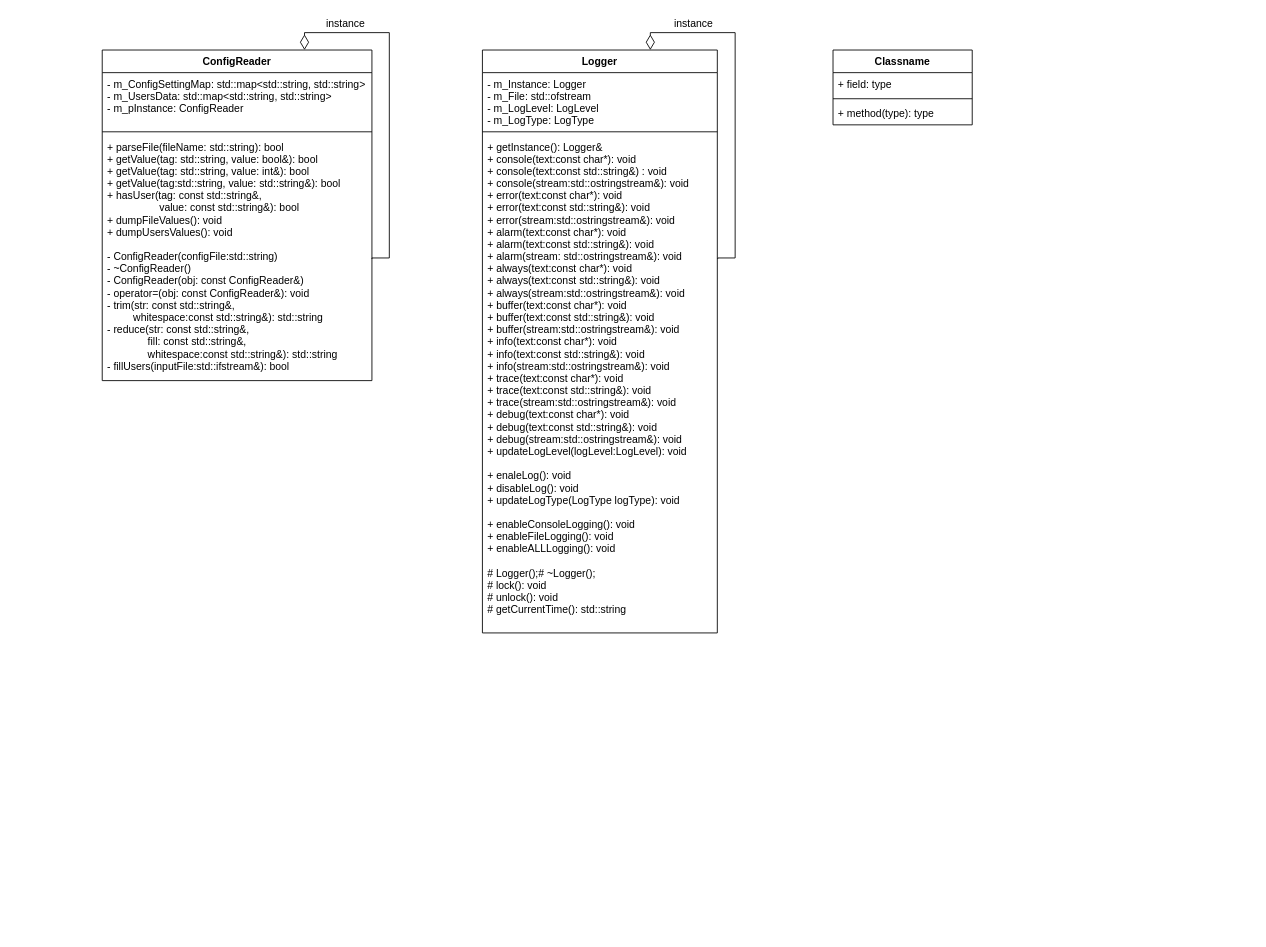
Earlier version of the draw.io diagram page "cfg and logger" (2 of 2) of uml.drawio (RektDerp/socks5-proxy-SUM-2022-copy). Source tidied: cells renumbered, new cells numbered last; positions are measured from the earlier drawing's top-left corner, leaving out a move shared by most shapes. Both pictures are drawn from the tidied source at 87%, with x=0, y=0 at pixel (102, 15).
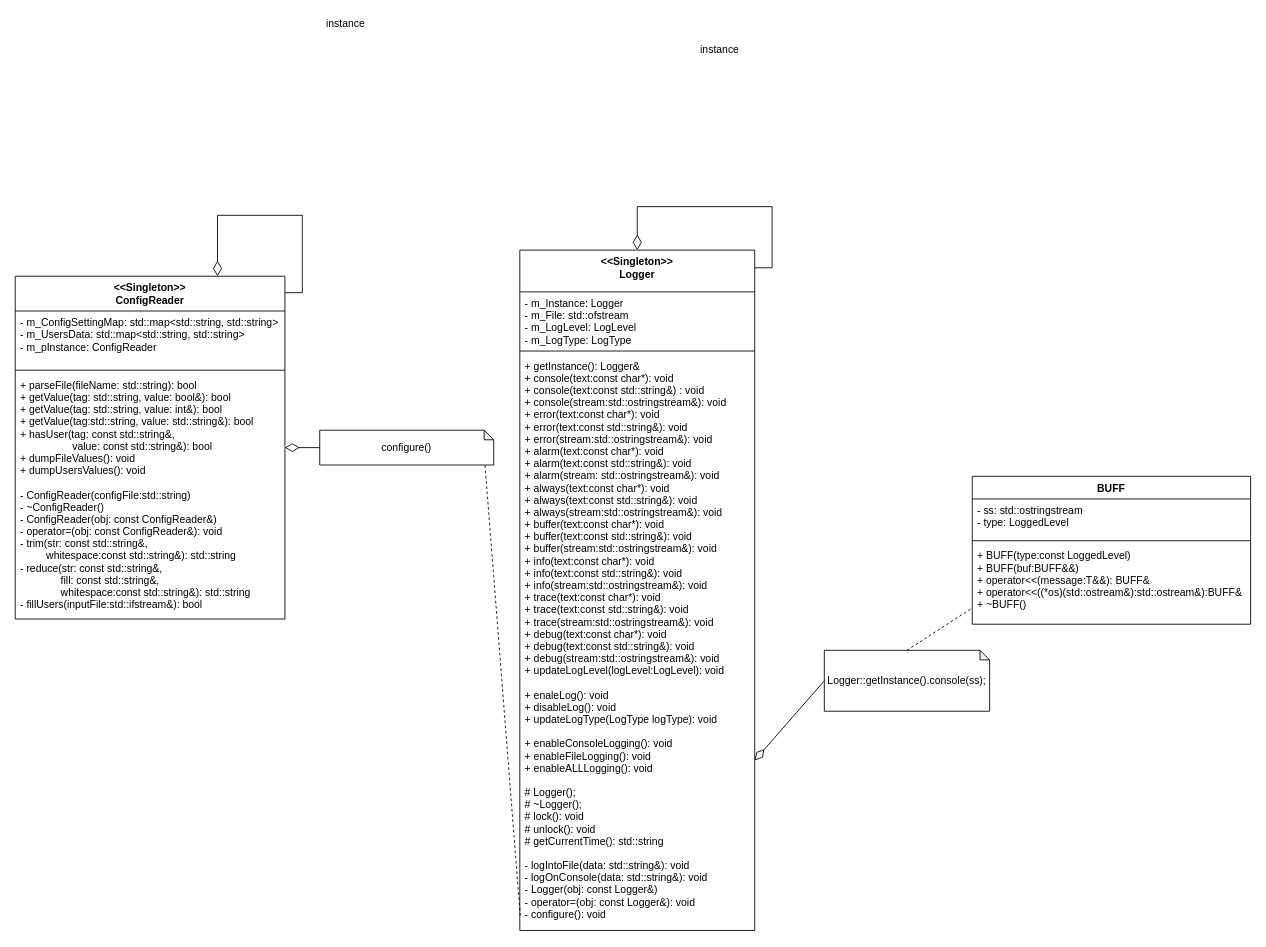
After the change.

Diff of the diagram source:
```diff
@@
-    <mxCell id="2" value="ConfigReader" style="swimlane;fontStyle=1;align=center;verticalAlign=top;horizontal=1;startSize=26;" parent="1" vertex="1">
-      <mxGeometry y="40" width="310" height="380" as="geometry" />
+    <mxCell id="2" value="&lt;&lt;Singleton&gt;&gt;&#10;ConfigReader" style="swimlane;fontStyle=1;align=center;verticalAlign=top;horizontal=1;startSize=40;" parent="1" vertex="1">
+      <mxGeometry x="-100" y="300" width="310" height="394" as="geometry" />
     </mxCell>
     <mxCell id="3" value="- m_ConfigSettingMap: std::map&lt;std::string, std::string&gt;&#10;- m_UsersData: std::map&lt;std::string, std::string&gt;&#10;- m_pInstance: ConfigReader" style="text;strokeColor=none;fillColor=none;align=left;verticalAlign=top;spacingLeft=4;spacingRight=4;overflow=hidden;" parent="2" vertex="1">
-      <mxGeometry y="26" width="310" height="64" as="geometry" />
+      <mxGeometry y="40" width="310" height="64" as="geometry" />
     </mxCell>
     <mxCell id="4" style="line;strokeWidth=1;fillColor=none;align=left;verticalAlign=middle;spacingTop=-1;spacingLeft=3;spacingRight=3;labelPosition=right;" parent="2" vertex="1">
-      <mxGeometry y="90" width="310" height="8" as="geometry" />
+      <mxGeometry y="104" width="310" height="8" as="geometry" />
     </mxCell>
-    <mxCell id="5" style="edgeStyle=orthogonalEdgeStyle;rounded=0;jettySize=auto;html=1;entryX=0.75;entryY=0;entryDx=0;entryDy=0;endArrow=diamondThin;endFill=0;endSize=15;" parent="2" edge="1" target="2">
-      <mxGeometry relative="1" as="geometry">
-        <mxPoint x="310" y="240" as="sourcePoint" />
-        <Array as="points">
-          <mxPoint x="330" y="239" />
-          <mxPoint x="330" y="-20" />
-          <mxPoint x="233" y="-20" />
-        </Array>
-      </mxGeometry>
-    </mxCell>
     <mxCell id="6" value="+ parseFile(fileName: std::string): bool&#10;+ getValue(tag: std::string, value: bool&amp;): bool&#10;+ getValue(tag: std::string, value: int&amp;): bool&#10;+ getValue(tag:std::string, value: std::string&amp;): bool&#10;+ hasUser(tag: const std::string&amp;,&#10;                  value: const std::string&amp;): bool&#10;+ dumpFileValues(): void&#10;+ dumpUsersValues(): void&#10;&#10;- ConfigReader(configFile:std::string)&#10;- ~ConfigReader()&#10;- ConfigReader(obj: const ConfigReader&amp;)&#10;- operator=(obj: const ConfigReader&amp;): void&#10;- trim(str: const std::string&amp;,&#10;         whitespace:const std::string&amp;): std::string&#10;- reduce(str: const std::string&amp;,&#10;              fill: const std::string&amp;,&#10;              whitespace:const std::string&amp;): std::string &#10;- fillUsers(inputFile:std::ifstream&amp;): bool" style="text;strokeColor=none;fillColor=none;align=left;verticalAlign=top;spacingLeft=4;spacingRight=4;overflow=hidden;" parent="2" vertex="1">
-      <mxGeometry y="98" width="310" height="282" as="geometry" />
+      <mxGeometry y="112" width="310" height="282" as="geometry" />
     </mxCell>
-    <mxCell id="7" value="Logger" style="swimlane;fontStyle=1;align=center;verticalAlign=top;horizontal=1;startSize=26;" parent="1" vertex="1">
-      <mxGeometry x="437" y="40" width="270" height="670" as="geometry" />
+    <mxCell id="7" value="&lt;&lt;Singleton&gt;&gt;&#10;Logger" style="swimlane;fontStyle=1;align=center;verticalAlign=top;horizontal=1;startSize=48;" parent="1" vertex="1">
+      <mxGeometry x="480" y="270" width="270" height="782" as="geometry" />
     </mxCell>
     <mxCell id="8" value="- m_Instance: Logger&#10;- m_File: std::ofstream&#10;- m_LogLevel: LogLevel &#10;- m_LogType: LogType&#10;" style="text;strokeColor=none;fillColor=none;align=left;verticalAlign=top;spacingLeft=4;spacingRight=4;overflow=hidden;" parent="7" vertex="1">
-      <mxGeometry y="26" width="270" height="64" as="geometry" />
+      <mxGeometry y="48" width="270" height="64" as="geometry" />
     </mxCell>
     <mxCell id="9" style="line;strokeWidth=1;fillColor=none;align=left;verticalAlign=middle;spacingTop=-1;spacingLeft=3;spacingRight=3;labelPosition=right;" parent="7" vertex="1">
-      <mxGeometry y="90" width="270" height="8" as="geometry" />
+      <mxGeometry y="112" width="270" height="8" as="geometry" />
     </mxCell>
-    <mxCell id="10" value="+ getInstance(): Logger&amp;&#10;+ console(text:const char*): void&#10;+ console(text:const std::string&amp;) : void&#10;+ console(stream:std::ostringstream&amp;): void&#10;+ error(text:const char*): void&#10;+ error(text:const std::string&amp;): void&#10;+ error(stream:std::ostringstream&amp;): void&#10;+ alarm(text:const char*): void&#10;+ alarm(text:const std::string&amp;): void&#10;+ alarm(stream: std::ostringstream&amp;): void&#10;+ always(text:const char*): void&#10;+ always(text:const std::string&amp;): void&#10;+ always(stream:std::ostringstream&amp;): void&#10;+ buffer(text:const char*): void&#10;+ buffer(text:const std::string&amp;): void&#10;+ buffer(stream:std::ostringstream&amp;): void&#10;+ info(text:const char*): void&#10;+ info(text:const std::string&amp;): void&#10;+ info(stream:std::ostringstream&amp;): void&#10;+ trace(text:const char*): void&#10;+ trace(text:const std::string&amp;): void&#10;+ trace(stream:std::ostringstream&amp;): void&#10;+ debug(text:const char*): void&#10;+ debug(text:const std::string&amp;): void&#10;+ debug(stream:std::ostringstream&amp;): void&#10;+ updateLogLevel(logLevel:LogLevel): void&#10;&#10;+ enaleLog(): void&#10;+ disableLog(): void&#10;+ updateLogType(LogType logType): void&#10;&#10;+ enableConsoleLogging(): void&#10;+ enableFileLogging(): void&#10;+ enableALLLogging(): void&#10;&#10;# Logger();# ~Logger();&#10;# lock(): void&#10;# unlock(): void&#10;# getCurrentTime(): std::string" style="text;strokeColor=none;fillColor=none;align=left;verticalAlign=top;spacingLeft=4;spacingRight=4;overflow=hidden;points=[[0,0.5],[1,0.5]];portConstraint=eastwest;" parent="7" vertex="1">
-      <mxGeometry y="98" width="270" height="572" as="geometry" />
+    <mxCell id="10" value="+ getInstance(): Logger&amp;&#10;+ console(text:const char*): void&#10;+ console(text:const std::string&amp;) : void&#10;+ console(stream:std::ostringstream&amp;): void&#10;+ error(text:const char*): void&#10;+ error(text:const std::string&amp;): void&#10;+ error(stream:std::ostringstream&amp;): void&#10;+ alarm(text:const char*): void&#10;+ alarm(text:const std::string&amp;): void&#10;+ alarm(stream: std::ostringstream&amp;): void&#10;+ always(text:const char*): void&#10;+ always(text:const std::string&amp;): void&#10;+ always(stream:std::ostringstream&amp;): void&#10;+ buffer(text:const char*): void&#10;+ buffer(text:const std::string&amp;): void&#10;+ buffer(stream:std::ostringstream&amp;): void&#10;+ info(text:const char*): void&#10;+ info(text:const std::string&amp;): void&#10;+ info(stream:std::ostringstream&amp;): void&#10;+ trace(text:const char*): void&#10;+ trace(text:const std::string&amp;): void&#10;+ trace(stream:std::ostringstream&amp;): void&#10;+ debug(text:const char*): void&#10;+ debug(text:const std::string&amp;): void&#10;+ debug(stream:std::ostringstream&amp;): void&#10;+ updateLogLevel(logLevel:LogLevel): void&#10;&#10;+ enaleLog(): void&#10;+ disableLog(): void&#10;+ updateLogType(LogType logType): void&#10;&#10;+ enableConsoleLogging(): void&#10;+ enableFileLogging(): void&#10;+ enableALLLogging(): void&#10;&#10;# Logger();&#10;# ~Logger();&#10;# lock(): void&#10;# unlock(): void&#10;# getCurrentTime(): std::string&#10;&#10;- logIntoFile(data: std::string&amp;): void&#10;- logOnConsole(data: std::string&amp;): void&#10;- Logger(obj: const Logger&amp;)&#10;- operator=(obj: const Logger&amp;): void&#10;- configure(): void" style="text;strokeColor=none;fillColor=none;align=left;verticalAlign=top;spacingLeft=4;spacingRight=4;overflow=hidden;points=[[0,0.5],[1,0.5]];portConstraint=eastwest;" parent="7" vertex="1">
+      <mxGeometry y="120" width="270" height="662" as="geometry" />
     </mxCell>
-    <mxCell id="11" value="Classname" style="swimlane;fontStyle=1;align=center;verticalAlign=top;horizontal=1;startSize=26;" parent="1" vertex="1">
-      <mxGeometry x="840" y="40" width="160" height="86" as="geometry" />
+    <mxCell id="11" value="BUFF" style="swimlane;fontStyle=1;align=center;verticalAlign=top;horizontal=1;startSize=26;" parent="1" vertex="1">
+      <mxGeometry x="1000" y="530" width="320" height="170" as="geometry" />
     </mxCell>
-    <mxCell id="12" value="+ field: type" style="text;strokeColor=none;fillColor=none;align=left;verticalAlign=top;spacingLeft=4;spacingRight=4;overflow=hidden;" parent="11" vertex="1">
-      <mxGeometry y="26" width="160" height="26" as="geometry" />
+    <mxCell id="12" value="- ss: std::ostringstream&#10;- type: LoggedLevel" style="text;strokeColor=none;fillColor=none;align=left;verticalAlign=top;spacingLeft=4;spacingRight=4;overflow=hidden;" parent="11" vertex="1">
+      <mxGeometry y="26" width="320" height="44" as="geometry" />
     </mxCell>
     <mxCell id="13" style="line;strokeWidth=1;fillColor=none;align=left;verticalAlign=middle;spacingTop=-1;spacingLeft=3;spacingRight=3;labelPosition=right;" parent="11" vertex="1">
-      <mxGeometry y="52" width="160" height="8" as="geometry" />
+      <mxGeometry y="70" width="320" height="8" as="geometry" />
     </mxCell>
-    <mxCell id="14" value="+ method(type): type" style="text;strokeColor=none;fillColor=none;align=left;verticalAlign=top;spacingLeft=4;spacingRight=4;overflow=hidden;points=[[0,0.5],[1,0.5]];portConstraint=eastwest;" parent="11" vertex="1">
-      <mxGeometry y="60" width="160" height="26" as="geometry" />
+    <mxCell id="14" value="+ BUFF(type:const LoggedLevel)&#10;+ BUFF(buf:BUFF&amp;&amp;)&#10;+ operator&lt;&lt;(message:T&amp;&amp;): BUFF&amp;&#10;+ operator&lt;&lt;((*os)(std::ostream&amp;):std::ostream&amp;):BUFF&amp; &#10;+ ~BUFF()" style="text;strokeColor=none;fillColor=none;align=left;verticalAlign=top;spacingLeft=4;spacingRight=4;overflow=hidden;points=[[0,0.5],[1,0.5]];portConstraint=eastwest;" parent="11" vertex="1">
+      <mxGeometry y="78" width="320" height="92" as="geometry" />
     </mxCell>
-    <mxCell id="15" style="edgeStyle=orthogonalEdgeStyle;rounded=0;orthogonalLoop=1;jettySize=auto;html=1;entryX=0.75;entryY=0;entryDx=0;entryDy=0;endArrow=diamondThin;endFill=0;endSize=15;" parent="1" edge="1">
-      <mxGeometry relative="1" as="geometry">
-        <mxPoint x="707.5" y="280" as="sourcePoint" />
-        <mxPoint x="630" y="40" as="targetPoint" />
-        <Array as="points">
-          <mxPoint x="727.5" y="279" />
-          <mxPoint x="727.5" y="20" />
-          <mxPoint x="630.5" y="20" />
-        </Array>
-      </mxGeometry>
-    </mxCell>
@@
     <mxCell id="17" value="instance" style="text;html=1;strokeColor=none;fillColor=none;align=center;verticalAlign=middle;whiteSpace=wrap;rounded=0;" parent="1" vertex="1">
-      <mxGeometry x="650" width="60" height="20" as="geometry" />
+      <mxGeometry x="680.1" y="30" width="60" height="20" as="geometry" />
     </mxCell>
+    <mxCell id="18" value="Logger::getInstance().console(ss);" style="shape=note;whiteSpace=wrap;html=1;backgroundOutline=1;darkOpacity=0.05;size=11;" parent="1" vertex="1">
+      <mxGeometry x="830" y="730" width="190" height="70" as="geometry" />
+    </mxCell>
+    <mxCell id="19" style="endArrow=none;dashed=1;html=1;rounded=0;exitX=0.5;exitY=0;exitDx=0;exitDy=0;exitPerimeter=0;entryX=-0.003;entryY=0.804;entryDx=0;entryDy=0;entryPerimeter=0;" parent="1" edge="1" source="18" target="14">
+      <mxGeometry relative="1" as="geometry" />
+    </mxCell>
+    <mxCell id="20" style="endArrow=diamondThin;html=1;rounded=0;entryX=1;entryY=0.75;entryDx=0;entryDy=0;endFill=0;endSize=14;exitX=0;exitY=0.5;exitDx=0;exitDy=0;exitPerimeter=0;" parent="1" edge="1" source="18" target="7">
+      <mxGeometry relative="1" as="geometry" />
+    </mxCell>
+    <mxCell id="21" value="&lt;span style=&quot;text-align: left;&quot;&gt;configure()&lt;/span&gt;" style="shape=note;whiteSpace=wrap;html=1;backgroundOutline=1;darkOpacity=0.05;size=11;" parent="1" vertex="1">
+      <mxGeometry x="250" y="477" width="200" height="40" as="geometry" />
+    </mxCell>
+    <mxCell id="22" style="endArrow=none;dashed=1;html=1;rounded=0;exitX=0;exitY=0;exitDx=190;exitDy=40.5;exitPerimeter=0;entryX=0.002;entryY=0.975;entryDx=0;entryDy=0;entryPerimeter=0;" parent="1" edge="1" source="21" target="10">
+      <mxGeometry relative="1" as="geometry" />
+    </mxCell>
+    <mxCell id="23" style="endArrow=diamondThin;html=1;rounded=0;endFill=0;endSize=14;exitX=0;exitY=0.5;exitDx=0;exitDy=0;exitPerimeter=0;entryX=1;entryY=0.5;entryDx=0;entryDy=0;" parent="1" edge="1" source="21" target="2">
+      <mxGeometry relative="1" as="geometry" />
+    </mxCell>
+    <mxCell id="5" style="edgeStyle=orthogonalEdgeStyle;rounded=0;orthogonalLoop=1;jettySize=auto;html=1;entryX=0.75;entryY=0;entryDx=0;entryDy=0;endArrow=diamondThin;endFill=0;endSize=15;exitX=1;exitY=0.048;exitDx=0;exitDy=0;exitPerimeter=0;" parent="1" edge="1" source="2" target="2">
+      <mxGeometry relative="1" as="geometry">
+        <Array as="points">
+          <mxPoint x="230" y="319" />
+          <mxPoint x="230" y="230" />
+          <mxPoint x="133" y="230" />
+        </Array>
+      </mxGeometry>
+    </mxCell>
+    <mxCell id="15" style="edgeStyle=orthogonalEdgeStyle;rounded=0;orthogonalLoop=1;jettySize=auto;html=1;endArrow=diamondThin;endFill=0;endSize=15;entryX=0.5;entryY=0;entryDx=0;entryDy=0;exitX=0.999;exitY=0.026;exitDx=0;exitDy=0;exitPerimeter=0;" parent="1" edge="1" source="7" target="7">
+      <mxGeometry relative="1" as="geometry">
+        <Array as="points">
+          <mxPoint x="770" y="290" />
+          <mxPoint x="770" y="220" />
+          <mxPoint x="615" y="220" />
+        </Array>
+      </mxGeometry>
+    </mxCell>
```
